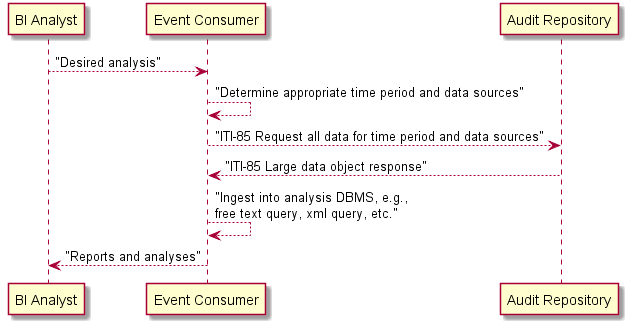
The PlantUML diagram syslog-query.png in rjhorn-agfa/SOLE, before a commit.
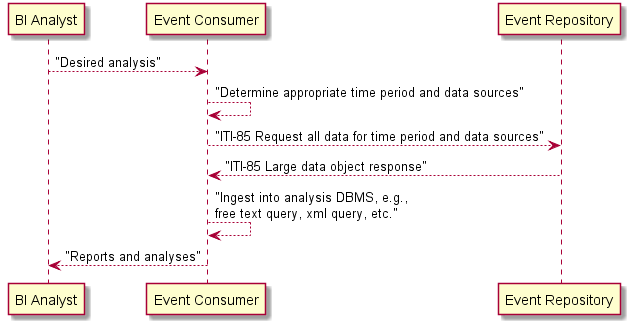
Above is the later version.

Change to the diagram source:
```diff
@@ -2,8 +2,8 @@
 
 "BI Analyst" --> "Event Consumer" : "Desired analysis"
 "Event Consumer" --> "Event Consumer" : "Determine appropriate time period and data sources"
-"Event Consumer" --> "Audit Repository" : "ITI-85 Request all data for time period and data sources"
-"Audit Repository" --> "Event Consumer" : "ITI-85 Large data object response"
+"Event Consumer" --> "Event Repository" : "ITI-85 Request all data for time period and data sources"
+"Event Repository" --> "Event Consumer" : "ITI-85 Large data object response"
 "Event Consumer" --> "Event Consumer" : "Ingest into analysis DBMS, e.g.,\nfree text query, xml query, etc."
 "Event Consumer" --> "BI Analyst" : "Reports and analyses"
 
```
